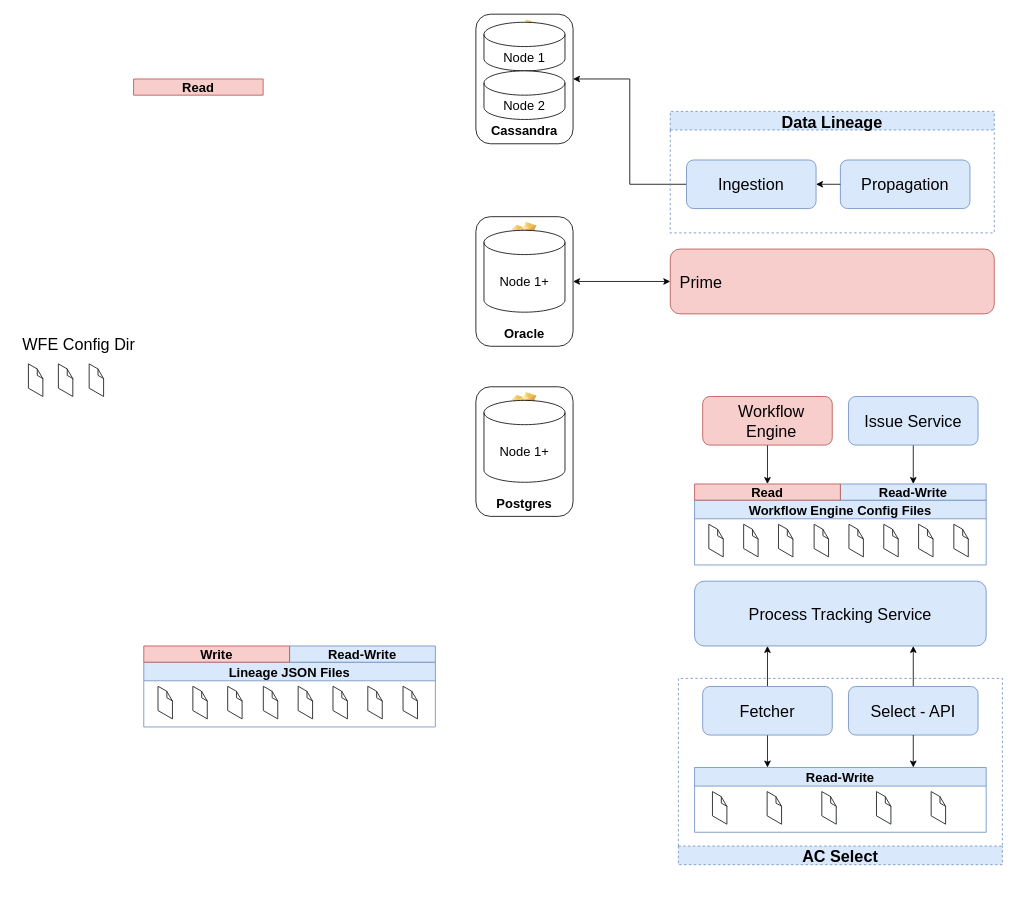
The draw.io diagram Untitled Diagram.drawio in neodarkstar/acx-admin, before the edit. Source tidied: cells renumbered, new cells numbered last; positions are measured from the earlier drawing's top-left corner, leaving out a move shared by most shapes. Both pictures are drawn from the tidied source at 81%, with x=0, y=0 at pixel (14, 14).
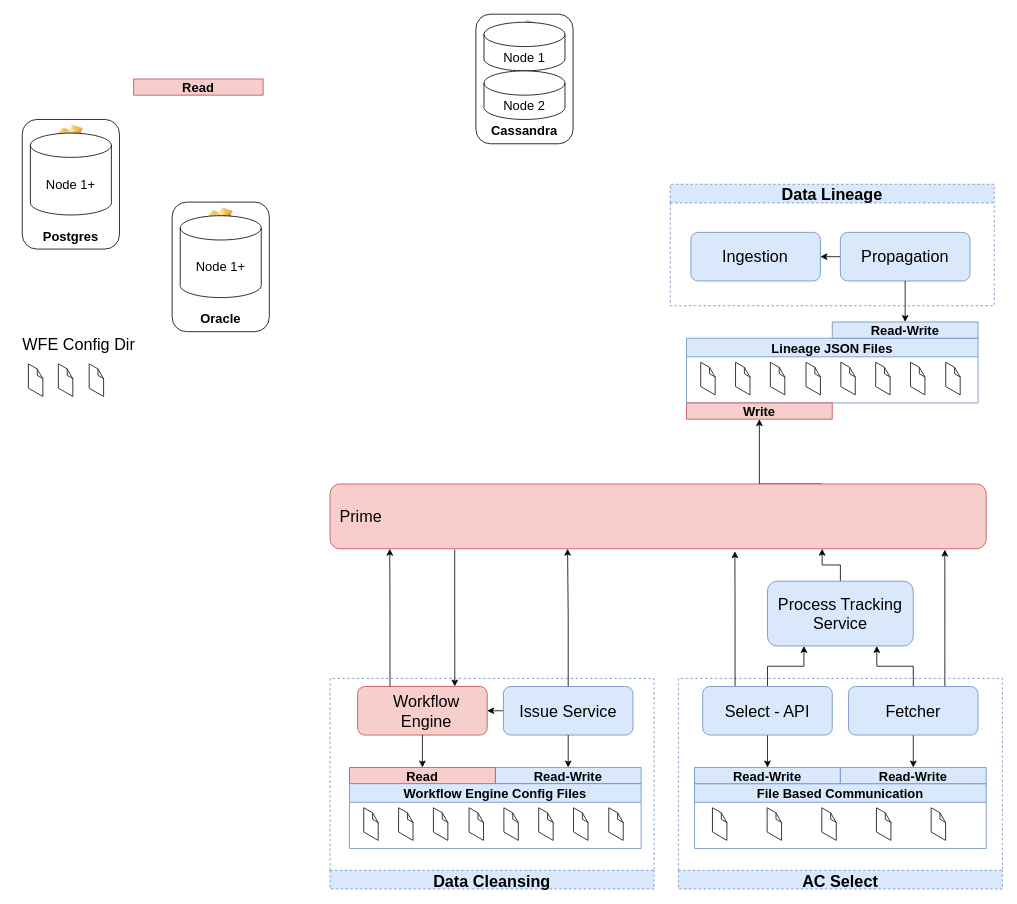
The same page after the edit.

Unchanged cells that the change refers to:
```xml
<mxCell id="10" value="Oracle" style="label;whiteSpace=wrap;html=1;align=center;verticalAlign=bottom;spacingLeft=0;spacingBottom=4;imageAlign=center;imageVerticalAlign=top;image=img/clipart/Gear_128x128.png;fontSize=16;" parent="9" vertex="1">
  <mxGeometry width="120" height="160" as="geometry" />
</mxCell>
<mxCell id="16" value="Cassandra" style="label;whiteSpace=wrap;html=1;align=center;verticalAlign=bottom;spacingLeft=0;spacingBottom=4;imageAlign=center;imageVerticalAlign=top;image=img/clipart/Gear_128x128.png;fontSize=16;" parent="15" vertex="1">
  <mxGeometry width="120" height="160" as="geometry" />
</mxCell>
<mxCell id="28" style="group;" parent="27" vertex="1">
  <mxGeometry width="360" height="80" as="geometry" />
</mxCell>
```

Change to the diagram source:
```diff
@@
-    <mxCell id="2" style="edgeStyle=orthogonalEdgeStyle;rounded=0;jettySize=auto;html=1;exitX=0;exitY=0.5;exitDx=0;exitDy=0;entryX=1;entryY=0.5;entryDx=0;entryDy=0;fontSize=20;startArrow=classic;startFill=1;endArrow=classic;endFill=1;" parent="1" edge="1" source="3" target="10">
-      <mxGeometry relative="1" as="geometry" />
-    </mxCell>
+    <mxCell id="68" style="edgeStyle=orthogonalEdgeStyle;rounded=0;jettySize=auto;html=1;exitX=0.19;exitY=1.013;exitDx=0;exitDy=0;entryX=0.75;entryY=0;entryDx=0;entryDy=0;fontSize=20;startArrow=none;startFill=0;endArrow=classic;endFill=1;exitPerimeter=0;" parent="1" edge="1" source="3" target="5">
+      <mxGeometry relative="1" as="geometry" />
+    </mxCell>
+    <mxCell id="69" style="edgeStyle=orthogonalEdgeStyle;rounded=0;jettySize=auto;html=1;exitX=0.75;exitY=0;exitDx=0;exitDy=0;entryX=0.5;entryY=1;entryDx=0;entryDy=0;fontSize=20;startArrow=none;startFill=0;endArrow=classic;endFill=1;" parent="1" edge="1" source="3" target="67">
+      <mxGeometry relative="1" as="geometry">
+        <Array as="points">
+          <mxPoint x="920" y="580" />
+        </Array>
+      </mxGeometry>
+    </mxCell>
     <mxCell id="3" value="&lt;font style=&quot;font-size: 20px;&quot;&gt;Prime&lt;/font&gt;" style="rounded=1;whiteSpace=wrap;html=1;fontSize=16;align=left;spacingLeft=10;fillColor=#f8cecc;strokeColor=#b85450;" parent="1" vertex="1">
-      <mxGeometry x="810" y="290" width="400" height="80" as="geometry" />
+      <mxGeometry x="390" y="580" width="810" height="80" as="geometry" />
     </mxCell>
-    <mxCell id="4" style="edgeStyle=orthogonalEdgeStyle;rounded=0;jettySize=auto;html=1;exitX=0.5;exitY=1;exitDx=0;exitDy=0;entryX=0.5;entryY=0;entryDx=0;entryDy=0;fontSize=20;startArrow=none;startFill=0;endArrow=classic;endFill=1;" parent="1" edge="1" source="5" target="55">
-      <mxGeometry relative="1" as="geometry" />
-    </mxCell>
-    <mxCell id="5" value="&lt;font style=&quot;font-size: 20px;&quot;&gt;Workflow Engine&lt;/font&gt;" style="rounded=1;whiteSpace=wrap;html=1;fontSize=16;align=center;spacingLeft=10;fillColor=#f8cecc;strokeColor=#b85450;" parent="1" vertex="1">
-      <mxGeometry x="850" y="472" width="160" height="60" as="geometry" />
-    </mxCell>
     <mxCell id="6" style="group;" parent="1" vertex="1">
-      <mxGeometry x="570" y="460" width="120" height="160" as="geometry" />
+      <mxGeometry x="10" y="130" width="120" height="160" as="geometry" />
     </mxCell>
@@
     <mxCell id="9" style="group;" parent="1" vertex="1">
-      <mxGeometry x="570" y="250" width="120" height="160" as="geometry" />
+      <mxGeometry x="195" y="232" width="120" height="160" as="geometry" />
     </mxCell>
@@
-    <mxCell id="12" style="edgeStyle=orthogonalEdgeStyle;rounded=0;jettySize=auto;html=1;exitX=0.5;exitY=1;exitDx=0;exitDy=0;entryX=0.5;entryY=0;entryDx=0;entryDy=0;fontSize=20;startArrow=none;startFill=0;endArrow=classic;endFill=1;" parent="1" edge="1" source="13" target="54">
-      <mxGeometry relative="1" as="geometry" />
-    </mxCell>
-    <mxCell id="13" value="&lt;span style=&quot;font-size: 20px;&quot;&gt;Issue Service&lt;/span&gt;" style="rounded=1;whiteSpace=wrap;html=1;fontSize=16;align=center;spacingLeft=0;fillColor=#dae8fc;strokeColor=#6c8ebf;" parent="1" vertex="1">
-      <mxGeometry x="1030" y="472" width="160" height="60" as="geometry" />
-    </mxCell>
-    <mxCell id="14" style="edgeStyle=orthogonalEdgeStyle;rounded=0;jettySize=auto;html=1;exitX=0;exitY=0.5;exitDx=0;exitDy=0;entryX=1;entryY=0.5;entryDx=0;entryDy=0;fontSize=20;endArrow=classic;endFill=1;" parent="1" edge="1" source="21" target="16">
-      <mxGeometry relative="1" as="geometry" />
-    </mxCell>
@@
+    <mxCell id="70" style="edgeStyle=orthogonalEdgeStyle;rounded=0;jettySize=auto;html=1;exitX=0.5;exitY=0;exitDx=0;exitDy=0;entryX=0.75;entryY=1;entryDx=0;entryDy=0;fontSize=20;startArrow=none;startFill=0;endArrow=classic;endFill=1;" parent="1" edge="1" source="19" target="3">
+      <mxGeometry relative="1" as="geometry" />
+    </mxCell>
     <mxCell id="19" value="Process Tracking Service" style="rounded=1;whiteSpace=wrap;html=1;fontSize=20;gradientDirection=west;fillColor=#dae8fc;strokeColor=#6c8ebf;" parent="1" vertex="1">
-      <mxGeometry x="840" y="700" width="360" height="80" as="geometry" />
+      <mxGeometry x="930" y="700" width="180" height="80" as="geometry" />
     </mxCell>
-    <mxCell id="20" value="Data Lineage" style="swimlane;fontSize=20;gradientDirection=west;fillColor=#dae8fc;strokeColor=#6c8ebf;dashed=1;" parent="1" vertex="1">
-      <mxGeometry x="810" y="120" width="400" height="150" as="geometry" />
+    <mxCell id="20" value="Data Lineage" style="swimlane;fontSize=20;gradientDirection=west;fillColor=#dae8fc;strokeColor=#6c8ebf;dashed=1;flipV=0;" parent="1" vertex="1">
+      <mxGeometry x="810" y="210" width="400" height="150" as="geometry" />
     </mxCell>
     <mxCell id="21" value="&lt;span style=&quot;font-size: 20px;&quot;&gt;Ingestion&lt;/span&gt;" style="rounded=1;whiteSpace=wrap;html=1;fontSize=16;align=center;spacingLeft=0;fillColor=#dae8fc;strokeColor=#6c8ebf;" parent="20" vertex="1">
-      <mxGeometry x="20" y="60" width="160" height="60" as="geometry" />
+      <mxGeometry x="25.4" y="59.4" width="160" height="60" as="geometry" />
     </mxCell>
+    <mxCell id="23" style="edgeStyle=orthogonalEdgeStyle;rounded=0;jettySize=auto;html=1;exitX=0;exitY=0.5;exitDx=0;exitDy=0;entryX=1;entryY=0.5;entryDx=0;entryDy=0;fontSize=20;startArrow=none;startFill=0;endArrow=classic;endFill=1;" parent="20" edge="1" source="22" target="21">
+      <mxGeometry relative="1" as="geometry" />
+    </mxCell>
     <mxCell id="22" value="&lt;span style=&quot;font-size: 20px;&quot;&gt;Propagation&lt;/span&gt;" style="rounded=1;whiteSpace=wrap;html=1;fontSize=16;align=center;spacingLeft=0;fillColor=#dae8fc;strokeColor=#6c8ebf;" parent="20" vertex="1">
-      <mxGeometry x="210" y="60" width="160" height="60" as="geometry" />
+      <mxGeometry x="210" y="59.4" width="160" height="60" as="geometry" />
     </mxCell>
-    <mxCell id="23" style="edgeStyle=orthogonalEdgeStyle;rounded=0;jettySize=auto;html=1;exitX=0;exitY=0.5;exitDx=0;exitDy=0;entryX=1;entryY=0.5;entryDx=0;entryDy=0;fontSize=20;endArrow=classic;endFill=1;" parent="20" edge="1" source="22" target="21">
-      <mxGeometry relative="1" as="geometry" />
-    </mxCell>
@@
+    <mxCell id="71" style="edgeStyle=orthogonalEdgeStyle;rounded=0;jettySize=auto;html=1;exitX=0.5;exitY=1;exitDx=0;exitDy=0;fontSize=20;startArrow=none;startFill=0;endArrow=classic;endFill=1;" parent="1" edge="1" source="26" target="74">
+      <mxGeometry relative="1" as="geometry" />
+    </mxCell>
+    <mxCell id="72" style="edgeStyle=orthogonalEdgeStyle;rounded=0;jettySize=auto;html=1;exitX=0.75;exitY=0;exitDx=0;exitDy=0;entryX=0.937;entryY=1.013;entryDx=0;entryDy=0;entryPerimeter=0;fontSize=20;startArrow=none;startFill=0;endArrow=classic;endFill=1;" parent="1" edge="1" source="26" target="3">
+      <mxGeometry relative="1" as="geometry">
+        <Array as="points">
+          <mxPoint x="1149" y="830" />
+        </Array>
+      </mxGeometry>
+    </mxCell>
-    <mxCell id="26" value="Select - API" style="rounded=1;whiteSpace=wrap;html=1;fontSize=20;gradientDirection=west;verticalAlign=middle;fillColor=#dae8fc;strokeColor=#6c8ebf;" parent="1" vertex="1">
+    <mxCell id="26" value="Fetcher" style="rounded=1;whiteSpace=wrap;html=1;fontSize=20;gradientDirection=west;verticalAlign=middle;fillColor=#dae8fc;strokeColor=#6c8ebf;" parent="1" vertex="1">
       <mxGeometry x="1030" y="830" width="160" height="60" as="geometry" />
     </mxCell>
     <mxCell id="27" style="group;" parent="1" vertex="1">
-      <mxGeometry x="840" y="930" width="360" height="104" as="geometry" />
+      <mxGeometry x="840" y="950" width="360" height="104" as="geometry" />
     </mxCell>
@@
-    <mxCell id="29" value="Read-Write" style="swimlane;fontSize=16;direction=east;fillColor=#dae8fc;strokeColor=#6c8ebf;" parent="28" vertex="1">
+    <mxCell id="29" value="File Based Communication" style="swimlane;fontSize=16;direction=east;fillColor=#dae8fc;strokeColor=#6c8ebf;" parent="28" vertex="1">
       <mxGeometry width="360" height="80" as="geometry" />
     </mxCell>
@@
-    <mxCell id="35" style="edgeStyle=orthogonalEdgeStyle;rounded=0;jettySize=auto;html=1;exitX=0.5;exitY=1;exitDx=0;exitDy=0;entryX=0.75;entryY=0;entryDx=0;entryDy=0;fontSize=20;startArrow=none;startFill=0;endArrow=classic;endFill=1;" parent="1" edge="1" source="26" target="29">
-      <mxGeometry relative="1" as="geometry" />
-    </mxCell>
     <mxCell id="36" value="AC Select" style="swimlane;fontSize=20;gradientDirection=west;fillColor=#dae8fc;strokeColor=#6c8ebf;dashed=1;flipV=1;" parent="1" vertex="1">
-      <mxGeometry x="820" y="820" width="400" height="230" as="geometry" />
+      <mxGeometry x="820" y="820" width="400" height="260" as="geometry" />
     </mxCell>
-    <mxCell id="37" style="edgeStyle=orthogonalEdgeStyle;rounded=0;jettySize=auto;html=1;exitX=0.5;exitY=1;exitDx=0;exitDy=0;entryX=0.25;entryY=0;entryDx=0;entryDy=0;fontSize=20;startArrow=none;startFill=0;endArrow=classic;endFill=1;" parent="1" edge="1" source="38" target="29">
-      <mxGeometry relative="1" as="geometry" />
-    </mxCell>
+    <mxCell id="73" value="Read-Write" style="swimlane;fontSize=16;direction=east;startSize=23;fillColor=#dae8fc;strokeColor=#6c8ebf;verticalAlign=middle;horizontal=1;flipV=1;" parent="36" vertex="1">
+      <mxGeometry x="20" y="110" width="180" height="20" as="geometry" />
+    </mxCell>
+    <mxCell id="74" value="Read-Write" style="swimlane;fontSize=16;direction=east;startSize=23;fillColor=#dae8fc;strokeColor=#6c8ebf;verticalAlign=middle;horizontal=1;flipV=1;" parent="36" vertex="1">
+      <mxGeometry x="200" y="110" width="180" height="20" as="geometry" />
+    </mxCell>
+    <mxCell id="75" style="edgeStyle=orthogonalEdgeStyle;rounded=0;jettySize=auto;html=1;exitX=0.5;exitY=1;exitDx=0;exitDy=0;entryX=0.5;entryY=0;entryDx=0;entryDy=0;fontSize=20;startArrow=none;startFill=0;endArrow=classic;endFill=1;" parent="1" edge="1" source="38" target="73">
+      <mxGeometry relative="1" as="geometry" />
+    </mxCell>
+    <mxCell id="76" style="edgeStyle=orthogonalEdgeStyle;rounded=0;jettySize=auto;html=1;exitX=0.25;exitY=0;exitDx=0;exitDy=0;entryX=0.617;entryY=1.038;entryDx=0;entryDy=0;entryPerimeter=0;fontSize=20;startArrow=none;startFill=0;endArrow=classic;endFill=1;" parent="1" edge="1" source="38" target="3">
+      <mxGeometry relative="1" as="geometry" />
+    </mxCell>
-    <mxCell id="38" value="Fetcher" style="rounded=1;whiteSpace=wrap;html=1;fontSize=20;gradientDirection=west;verticalAlign=middle;fillColor=#dae8fc;strokeColor=#6c8ebf;" parent="1" vertex="1">
+    <mxCell id="38" value="Select - API" style="rounded=1;whiteSpace=wrap;html=1;fontSize=20;gradientDirection=west;verticalAlign=middle;fillColor=#dae8fc;strokeColor=#6c8ebf;" parent="1" vertex="1">
       <mxGeometry x="850" y="830" width="160" height="60" as="geometry" />
     </mxCell>
@@
-    <mxCell id="44" value="Workflow Engine Config Files" style="swimlane;fontSize=16;direction=east;fillColor=#dae8fc;strokeColor=#6c8ebf;" parent="1" vertex="1">
-      <mxGeometry x="840" y="600" width="360" height="80" as="geometry" />
-    </mxCell>
-    <mxCell id="45" style="group;" parent="44" vertex="1">
-      <mxGeometry x="18" y="30" width="320" height="40" as="geometry" />
-    </mxCell>
-    <mxCell id="46" style="verticalLabelPosition=bottom;html=1;verticalAlign=top;strokeWidth=1;align=center;dashed=0;shape=mxgraph.aws3d.file;strokeColor=#292929;fontSize=20;" parent="45" vertex="1">
-      <mxGeometry width="17.4" height="40" as="geometry" />
-    </mxCell>
-    <mxCell id="47" style="verticalLabelPosition=bottom;html=1;verticalAlign=top;strokeWidth=1;align=center;dashed=0;shape=mxgraph.aws3d.file;strokeColor=#292929;fontSize=20;" parent="45" vertex="1">
-      <mxGeometry x="173" width="17.4" height="40" as="geometry" />
-    </mxCell>
-    <mxCell id="48" style="verticalLabelPosition=bottom;html=1;verticalAlign=top;strokeWidth=1;align=center;dashed=0;shape=mxgraph.aws3d.file;strokeColor=#292929;fontSize=20;" parent="45" vertex="1">
-      <mxGeometry x="216" width="17.4" height="40" as="geometry" />
-    </mxCell>
-    <mxCell id="49" style="verticalLabelPosition=bottom;html=1;verticalAlign=top;strokeWidth=1;align=center;dashed=0;shape=mxgraph.aws3d.file;strokeColor=#292929;fontSize=20;" parent="45" vertex="1">
-      <mxGeometry x="259" width="17.4" height="40" as="geometry" />
-    </mxCell>
-    <mxCell id="50" style="verticalLabelPosition=bottom;html=1;verticalAlign=top;strokeWidth=1;align=center;dashed=0;shape=mxgraph.aws3d.file;strokeColor=#292929;fontSize=20;" parent="45" vertex="1">
-      <mxGeometry x="302.5" width="17.4" height="40" as="geometry" />
-    </mxCell>
-    <mxCell id="51" style="verticalLabelPosition=bottom;html=1;verticalAlign=top;strokeWidth=1;align=center;dashed=0;shape=mxgraph.aws3d.file;strokeColor=#292929;fontSize=20;" parent="45" vertex="1">
-      <mxGeometry x="43" width="17.4" height="40" as="geometry" />
-    </mxCell>
-    <mxCell id="52" style="verticalLabelPosition=bottom;html=1;verticalAlign=top;strokeWidth=1;align=center;dashed=0;shape=mxgraph.aws3d.file;strokeColor=#292929;fontSize=20;" parent="45" vertex="1">
-      <mxGeometry x="86" width="17.4" height="40" as="geometry" />
-    </mxCell>
-    <mxCell id="53" style="verticalLabelPosition=bottom;html=1;verticalAlign=top;strokeWidth=1;align=center;dashed=0;shape=mxgraph.aws3d.file;strokeColor=#292929;fontSize=20;" parent="45" vertex="1">
-      <mxGeometry x="130" width="17.4" height="40" as="geometry" />
-    </mxCell>
-    <mxCell id="54" value="Read-Write" style="swimlane;fontSize=16;direction=east;startSize=23;fillColor=#dae8fc;strokeColor=#6c8ebf;verticalAlign=middle;horizontal=1;flipV=1;" parent="1" vertex="1">
-      <mxGeometry x="1020" y="580" width="180" height="20" as="geometry" />
-    </mxCell>
-    <mxCell id="55" value="Read" style="swimlane;fontSize=16;direction=east;startSize=23;fillColor=#f8cecc;strokeColor=#b85450;" parent="1" vertex="1">
-      <mxGeometry x="840" y="580" width="180" height="20" as="geometry" />
-    </mxCell>
     <mxCell id="56" value="Lineage JSON Files" style="swimlane;fontSize=16;direction=east;fillColor=#dae8fc;strokeColor=#6c8ebf;" parent="1" vertex="1">
-      <mxGeometry x="160" y="800" width="360" height="80" as="geometry" />
+      <mxGeometry x="830" y="400" width="360" height="80" as="geometry" />
     </mxCell>
@@
     <mxCell id="66" value="Read-Write" style="swimlane;fontSize=16;direction=east;startSize=23;fillColor=#dae8fc;strokeColor=#6c8ebf;verticalAlign=middle;horizontal=1;flipV=1;" parent="1" vertex="1">
-      <mxGeometry x="340" y="780" width="180" height="20" as="geometry" />
+      <mxGeometry x="1010" y="380" width="180" height="20" as="geometry" />
     </mxCell>
     <mxCell id="67" value="Write" style="swimlane;fontSize=16;direction=east;startSize=23;fillColor=#f8cecc;strokeColor=#b85450;" parent="1" vertex="1">
-      <mxGeometry x="160" y="780" width="180" height="20" as="geometry" />
+      <mxGeometry x="830" y="480" width="180" height="20" as="geometry" />
     </mxCell>
+    <mxCell id="77" value="Data Cleansing" style="swimlane;fontSize=20;gradientDirection=west;fillColor=#dae8fc;strokeColor=#6c8ebf;dashed=1;flipV=1;" parent="1" vertex="1">
+      <mxGeometry x="390" y="820" width="400" height="260" as="geometry" />
+    </mxCell>
+    <mxCell id="78" style="edgeStyle=orthogonalEdgeStyle;rounded=0;jettySize=auto;html=1;exitX=0;exitY=0.5;exitDx=0;exitDy=0;entryX=1;entryY=0.5;entryDx=0;entryDy=0;fontSize=20;startArrow=none;startFill=0;endArrow=classic;endFill=1;" parent="77" edge="1" source="13" target="5">
+      <mxGeometry relative="1" as="geometry" />
+    </mxCell>
+    <mxCell id="13" value="&lt;span style=&quot;font-size: 20px;&quot;&gt;Issue Service&lt;/span&gt;" style="rounded=1;whiteSpace=wrap;html=1;fontSize=16;align=center;spacingLeft=0;fillColor=#dae8fc;strokeColor=#6c8ebf;" parent="77" vertex="1">
+      <mxGeometry x="214" y="10" width="160" height="60" as="geometry" />
+    </mxCell>
+    <mxCell id="5" value="&lt;font style=&quot;font-size: 20px;&quot;&gt;Workflow Engine&lt;/font&gt;" style="rounded=1;whiteSpace=wrap;html=1;fontSize=16;align=center;spacingLeft=10;fillColor=#f8cecc;strokeColor=#b85450;" parent="77" vertex="1">
+      <mxGeometry x="34" y="10" width="160" height="60" as="geometry" />
+    </mxCell>
+    <mxCell id="54" value="Read-Write" style="swimlane;fontSize=16;direction=east;startSize=23;fillColor=#dae8fc;strokeColor=#6c8ebf;verticalAlign=middle;horizontal=1;flipV=1;" parent="77" vertex="1">
+      <mxGeometry x="204" y="110" width="180" height="20" as="geometry" />
+    </mxCell>
+    <mxCell id="12" style="edgeStyle=orthogonalEdgeStyle;rounded=0;jettySize=auto;html=1;exitX=0.5;exitY=1;exitDx=0;exitDy=0;entryX=0.5;entryY=0;entryDx=0;entryDy=0;fontSize=20;startArrow=none;startFill=0;endArrow=classic;endFill=1;" parent="77" edge="1" source="13" target="54">
+      <mxGeometry relative="1" as="geometry" />
+    </mxCell>
+    <mxCell id="55" value="Read" style="swimlane;fontSize=16;direction=east;startSize=23;fillColor=#f8cecc;strokeColor=#b85450;" parent="77" vertex="1">
+      <mxGeometry x="24" y="110" width="180" height="20" as="geometry" />
+    </mxCell>
+    <mxCell id="4" style="edgeStyle=orthogonalEdgeStyle;rounded=0;jettySize=auto;html=1;exitX=0.5;exitY=1;exitDx=0;exitDy=0;entryX=0.5;entryY=0;entryDx=0;entryDy=0;fontSize=20;startArrow=none;startFill=0;endArrow=classic;endFill=1;" parent="77" edge="1" source="5" target="55">
+      <mxGeometry relative="1" as="geometry" />
+    </mxCell>
+    <mxCell id="44" value="Workflow Engine Config Files" style="swimlane;fontSize=16;direction=east;fillColor=#dae8fc;strokeColor=#6c8ebf;" parent="77" vertex="1">
+      <mxGeometry x="24" y="130" width="360" height="80" as="geometry" />
+    </mxCell>
+    <mxCell id="45" style="group;" parent="44" vertex="1">
+      <mxGeometry x="18" y="30" width="320" height="40" as="geometry" />
+    </mxCell>
+    <mxCell id="46" style="verticalLabelPosition=bottom;html=1;verticalAlign=top;strokeWidth=1;align=center;dashed=0;shape=mxgraph.aws3d.file;strokeColor=#292929;fontSize=20;" parent="45" vertex="1">
+      <mxGeometry width="17.4" height="40" as="geometry" />
+    </mxCell>
+    <mxCell id="47" style="verticalLabelPosition=bottom;html=1;verticalAlign=top;strokeWidth=1;align=center;dashed=0;shape=mxgraph.aws3d.file;strokeColor=#292929;fontSize=20;" parent="45" vertex="1">
+      <mxGeometry x="173" width="17.4" height="40" as="geometry" />
+    </mxCell>
+    <mxCell id="48" style="verticalLabelPosition=bottom;html=1;verticalAlign=top;strokeWidth=1;align=center;dashed=0;shape=mxgraph.aws3d.file;strokeColor=#292929;fontSize=20;" parent="45" vertex="1">
+      <mxGeometry x="216" width="17.4" height="40" as="geometry" />
+    </mxCell>
+    <mxCell id="49" style="verticalLabelPosition=bottom;html=1;verticalAlign=top;strokeWidth=1;align=center;dashed=0;shape=mxgraph.aws3d.file;strokeColor=#292929;fontSize=20;" parent="45" vertex="1">
+      <mxGeometry x="259" width="17.4" height="40" as="geometry" />
+    </mxCell>
+    <mxCell id="50" style="verticalLabelPosition=bottom;html=1;verticalAlign=top;strokeWidth=1;align=center;dashed=0;shape=mxgraph.aws3d.file;strokeColor=#292929;fontSize=20;" parent="45" vertex="1">
+      <mxGeometry x="302.5" width="17.4" height="40" as="geometry" />
+    </mxCell>
+    <mxCell id="51" style="verticalLabelPosition=bottom;html=1;verticalAlign=top;strokeWidth=1;align=center;dashed=0;shape=mxgraph.aws3d.file;strokeColor=#292929;fontSize=20;" parent="45" vertex="1">
+      <mxGeometry x="43" width="17.4" height="40" as="geometry" />
+    </mxCell>
+    <mxCell id="52" style="verticalLabelPosition=bottom;html=1;verticalAlign=top;strokeWidth=1;align=center;dashed=0;shape=mxgraph.aws3d.file;strokeColor=#292929;fontSize=20;" parent="45" vertex="1">
+      <mxGeometry x="86" width="17.4" height="40" as="geometry" />
+    </mxCell>
+    <mxCell id="53" style="verticalLabelPosition=bottom;html=1;verticalAlign=top;strokeWidth=1;align=center;dashed=0;shape=mxgraph.aws3d.file;strokeColor=#292929;fontSize=20;" parent="45" vertex="1">
+      <mxGeometry x="130" width="17.4" height="40" as="geometry" />
+    </mxCell>
+    <mxCell id="79" style="edgeStyle=orthogonalEdgeStyle;rounded=0;jettySize=auto;html=1;exitX=0.5;exitY=0;exitDx=0;exitDy=0;entryX=0.362;entryY=1;entryDx=0;entryDy=0;fontSize=20;startArrow=none;startFill=0;endArrow=classic;endFill=1;entryPerimeter=0;" parent="1" edge="1" source="13" target="3">
+      <mxGeometry relative="1" as="geometry" />
+    </mxCell>
+    <mxCell id="80" style="edgeStyle=orthogonalEdgeStyle;rounded=0;jettySize=auto;html=1;exitX=0.25;exitY=0;exitDx=0;exitDy=0;entryX=0.091;entryY=1;entryDx=0;entryDy=0;entryPerimeter=0;fontSize=20;startArrow=none;startFill=0;endArrow=classic;endFill=1;" parent="1" edge="1" source="5" target="3">
+      <mxGeometry relative="1" as="geometry" />
+    </mxCell>
+    <mxCell id="81" style="edgeStyle=orthogonalEdgeStyle;rounded=0;jettySize=auto;html=1;exitX=0.5;exitY=1;exitDx=0;exitDy=0;entryX=0.5;entryY=0;entryDx=0;entryDy=0;fontSize=20;startArrow=none;startFill=0;endArrow=classic;endFill=1;" parent="1" edge="1" source="22" target="66">
+      <mxGeometry relative="1" as="geometry" />
+    </mxCell>
```
